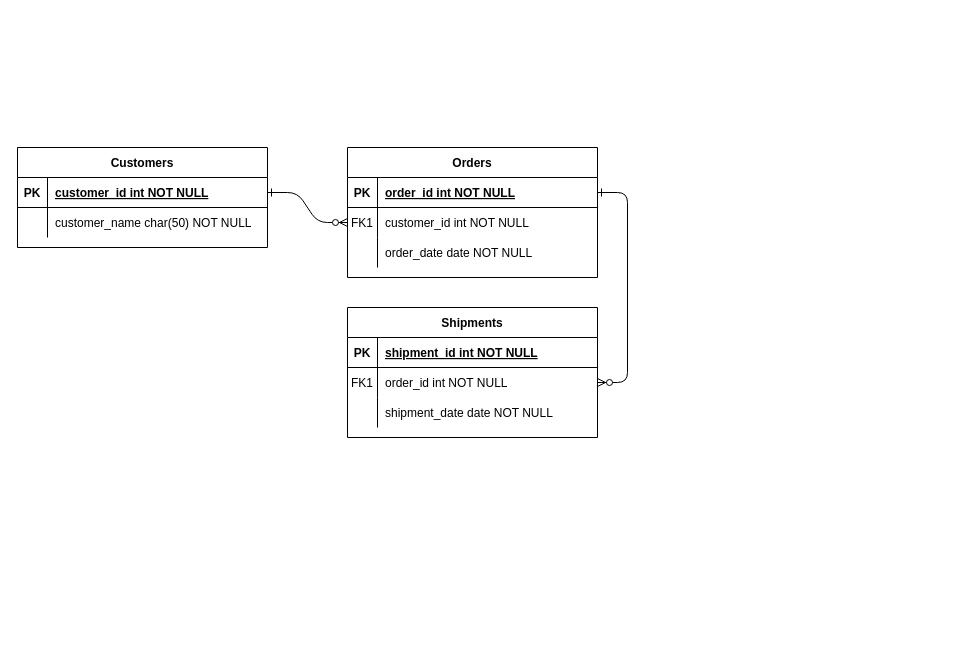
Before: ERD_0.drawio in AnTienHuang/COMP0178, a draw.io diagram. Source tidied: cells renumbered, new cells numbered last; positions are measured from the earlier drawing's top-left corner, leaving out a move shared by most shapes. Both pictures are drawn from the tidied source at 100%, with x=0, y=0 at pixel (17, 147).
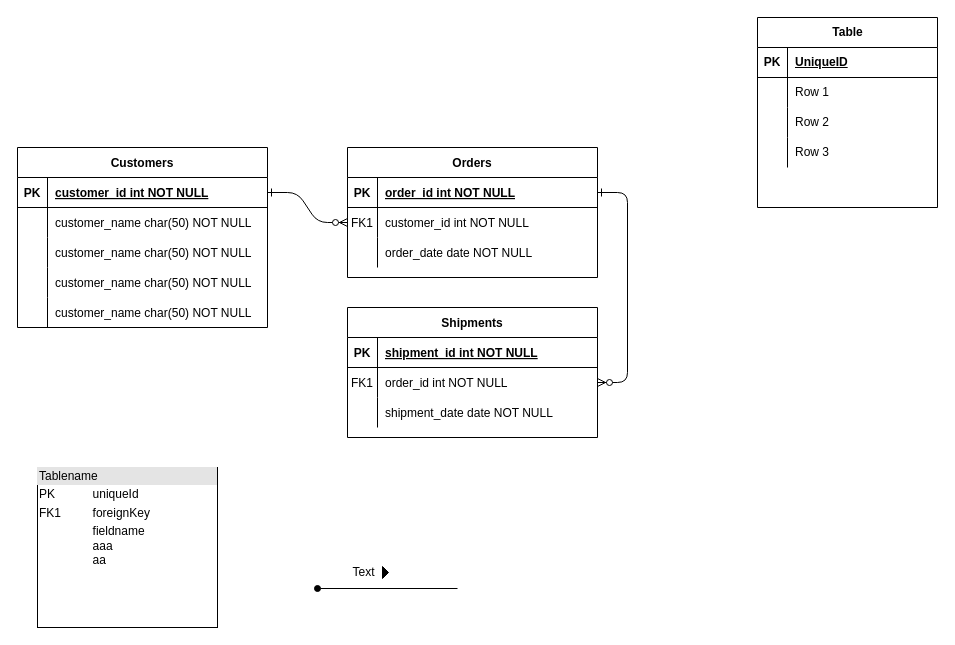
Above is the later version.

The edit, as a diff of the source:
```diff
@@
-    <mxCell id="24" value="Customers" style="shape=table;startSize=30;childLayout=tableLayout;rowLines=0;fontStyle=1;align=center;" parent="1" vertex="1">
-      <mxGeometry width="250" height="100" as="geometry" />
+    <mxCell id="24" value="Customers" style="shape=table;startSize=30;childLayout=tableLayout;rowLines=0;fontStyle=1;align=center;swimlaneLine=1;" parent="1" vertex="1">
+      <mxGeometry width="250" height="180" as="geometry" />
     </mxCell>
@@
+    <mxCell id="31" style="shape=partialRectangle;fillColor=none;top=0;left=0;right=0;bottom=0;" parent="24" vertex="1">
+      <mxGeometry y="90" width="250" height="30" as="geometry" />
+    </mxCell>
+    <mxCell id="32" style="shape=partialRectangle;overflow=hidden;fillColor=none;top=0;left=0;bottom=0;right=0;" parent="31" vertex="1">
+      <mxGeometry width="30" height="30" as="geometry" />
+    </mxCell>
+    <mxCell id="33" value="customer_name char(50) NOT NULL" style="shape=partialRectangle;overflow=hidden;fillColor=none;top=0;left=0;bottom=0;right=0;align=left;spacingLeft=6;" parent="31" vertex="1">
+      <mxGeometry x="30" width="220" height="30" as="geometry" />
+    </mxCell>
+    <mxCell id="34" style="shape=partialRectangle;fillColor=none;top=0;left=0;right=0;bottom=0;" parent="24" vertex="1">
+      <mxGeometry y="120" width="250" height="30" as="geometry" />
+    </mxCell>
+    <mxCell id="35" style="shape=partialRectangle;overflow=hidden;fillColor=none;top=0;left=0;bottom=0;right=0;" parent="34" vertex="1">
+      <mxGeometry width="30" height="30" as="geometry" />
+    </mxCell>
+    <mxCell id="36" value="customer_name char(50) NOT NULL" style="shape=partialRectangle;overflow=hidden;fillColor=none;top=0;left=0;bottom=0;right=0;align=left;spacingLeft=6;" parent="34" vertex="1">
+      <mxGeometry x="30" width="220" height="30" as="geometry" />
+    </mxCell>
+    <mxCell id="37" style="shape=partialRectangle;fillColor=none;top=0;left=0;right=0;bottom=0;" parent="24" vertex="1">
+      <mxGeometry y="150" width="250" height="30" as="geometry" />
+    </mxCell>
+    <mxCell id="38" style="shape=partialRectangle;overflow=hidden;fillColor=none;top=0;left=0;bottom=0;right=0;" parent="37" vertex="1">
+      <mxGeometry width="30" height="30" as="geometry" />
+    </mxCell>
+    <mxCell id="39" value="customer_name char(50) NOT NULL" style="shape=partialRectangle;overflow=hidden;fillColor=none;top=0;left=0;bottom=0;right=0;align=left;spacingLeft=6;" parent="37" vertex="1">
+      <mxGeometry x="30" width="220" height="30" as="geometry" />
+    </mxCell>
+    <mxCell id="40" value="&lt;div style=&quot;box-sizing:border-box;width:100%;background:#e4e4e4;padding:2px;&quot;&gt;Tablename&lt;/div&gt;&lt;table style=&quot;width:100%;font-size:1em;&quot; cellpadding=&quot;2&quot; cellspacing=&quot;0&quot;&gt;&lt;tbody&gt;&lt;tr&gt;&lt;td&gt;PK&lt;/td&gt;&lt;td&gt;uniqueId&lt;/td&gt;&lt;/tr&gt;&lt;tr&gt;&lt;td&gt;FK1&lt;/td&gt;&lt;td&gt;foreignKey&lt;/td&gt;&lt;/tr&gt;&lt;tr&gt;&lt;td&gt;&lt;/td&gt;&lt;td&gt;fieldname&lt;br&gt;aaa&lt;br&gt;aa&lt;/td&gt;&lt;/tr&gt;&lt;/tbody&gt;&lt;/table&gt;" style="verticalAlign=top;align=left;overflow=fill;html=1;whiteSpace=wrap;" parent="1" vertex="1">
+      <mxGeometry x="20" y="320" width="180" height="160" as="geometry" />
+    </mxCell>
+    <mxCell id="41" style="triangle;fillColor=strokeColor;" parent="1" vertex="1">
+      <mxGeometry x="365" y="419" width="6" height="12" as="geometry" />
+    </mxCell>
+    <mxCell id="42" style="endArrow=none;html=1;rounded=0;align=center;verticalAlign=bottom;labelBackgroundColor=none;startArrow=oval;startFill=1;" parent="1" edge="1">
+      <mxGeometry relative="1" as="geometry">
+        <mxPoint x="300" y="441" as="sourcePoint" />
+        <mxPoint x="440" y="441" as="targetPoint" />
+      </mxGeometry>
+    </mxCell>
+    <mxCell id="43" value="Text" style="text;html=1;align=center;verticalAlign=middle;strokeColor=none;fillColor=none;" parent="1" vertex="1">
+      <mxGeometry x="321" y="410" width="50" height="30" as="geometry" />
+    </mxCell>
+    <mxCell id="44" value="Table" style="shape=table;startSize=30;childLayout=tableLayout;rowLines=0;fontStyle=1;align=center;html=1;" parent="1" vertex="1">
+      <mxGeometry x="740" y="-130" width="180" height="190" as="geometry" />
+    </mxCell>
+    <mxCell id="45" style="shape=tableRow;horizontal=0;startSize=0;swimlaneHead=0;swimlaneBody=0;fillColor=none;top=0;left=0;right=0;bottom=1;" parent="44" vertex="1">
+      <mxGeometry y="30" width="180" height="30" as="geometry" />
+    </mxCell>
+    <mxCell id="46" value="PK" style="shape=partialRectangle;fillColor=none;top=0;left=0;bottom=0;right=0;fontStyle=1;overflow=hidden;whiteSpace=wrap;html=1;" parent="45" vertex="1">
+      <mxGeometry width="30" height="30" as="geometry" />
+    </mxCell>
+    <mxCell id="47" value="UniqueID" style="shape=partialRectangle;fillColor=none;top=0;left=0;bottom=0;right=0;align=left;spacingLeft=6;fontStyle=5;overflow=hidden;whiteSpace=wrap;html=1;" parent="45" vertex="1">
+      <mxGeometry x="30" width="150" height="30" as="geometry" />
+    </mxCell>
+    <mxCell id="48" style="shape=tableRow;horizontal=0;startSize=0;swimlaneHead=0;swimlaneBody=0;fillColor=none;top=0;left=0;right=0;bottom=0;" parent="44" vertex="1">
+      <mxGeometry y="60" width="180" height="30" as="geometry" />
+    </mxCell>
+    <mxCell id="49" style="shape=partialRectangle;fillColor=none;top=0;left=0;bottom=0;right=0;overflow=hidden;whiteSpace=wrap;html=1;" parent="48" vertex="1">
+      <mxGeometry width="30" height="30" as="geometry" />
+    </mxCell>
+    <mxCell id="50" value="Row 1" style="shape=partialRectangle;fillColor=none;top=0;left=0;bottom=0;right=0;align=left;spacingLeft=6;overflow=hidden;whiteSpace=wrap;html=1;" parent="48" vertex="1">
+      <mxGeometry x="30" width="150" height="30" as="geometry" />
+    </mxCell>
+    <mxCell id="51" style="shape=tableRow;horizontal=0;startSize=0;swimlaneHead=0;swimlaneBody=0;fillColor=none;top=0;left=0;right=0;bottom=0;" parent="44" vertex="1">
+      <mxGeometry y="90" width="180" height="30" as="geometry" />
+    </mxCell>
+    <mxCell id="52" style="shape=partialRectangle;fillColor=none;top=0;left=0;bottom=0;right=0;overflow=hidden;whiteSpace=wrap;html=1;" parent="51" vertex="1">
+      <mxGeometry width="30" height="30" as="geometry" />
+    </mxCell>
+    <mxCell id="53" value="Row 2" style="shape=partialRectangle;fillColor=none;top=0;left=0;bottom=0;right=0;align=left;spacingLeft=6;overflow=hidden;whiteSpace=wrap;html=1;" parent="51" vertex="1">
+      <mxGeometry x="30" width="150" height="30" as="geometry" />
+    </mxCell>
+    <mxCell id="54" style="shape=tableRow;horizontal=0;startSize=0;swimlaneHead=0;swimlaneBody=0;fillColor=none;top=0;left=0;right=0;bottom=0;" parent="44" vertex="1">
+      <mxGeometry y="120" width="180" height="30" as="geometry" />
+    </mxCell>
+    <mxCell id="55" style="shape=partialRectangle;fillColor=none;top=0;left=0;bottom=0;right=0;overflow=hidden;whiteSpace=wrap;html=1;" parent="54" vertex="1">
+      <mxGeometry width="30" height="30" as="geometry" />
+    </mxCell>
+    <mxCell id="56" value="Row 3" style="shape=partialRectangle;fillColor=none;top=0;left=0;bottom=0;right=0;align=left;spacingLeft=6;overflow=hidden;whiteSpace=wrap;html=1;" parent="54" vertex="1">
+      <mxGeometry x="30" width="150" height="30" as="geometry" />
+    </mxCell>
```
